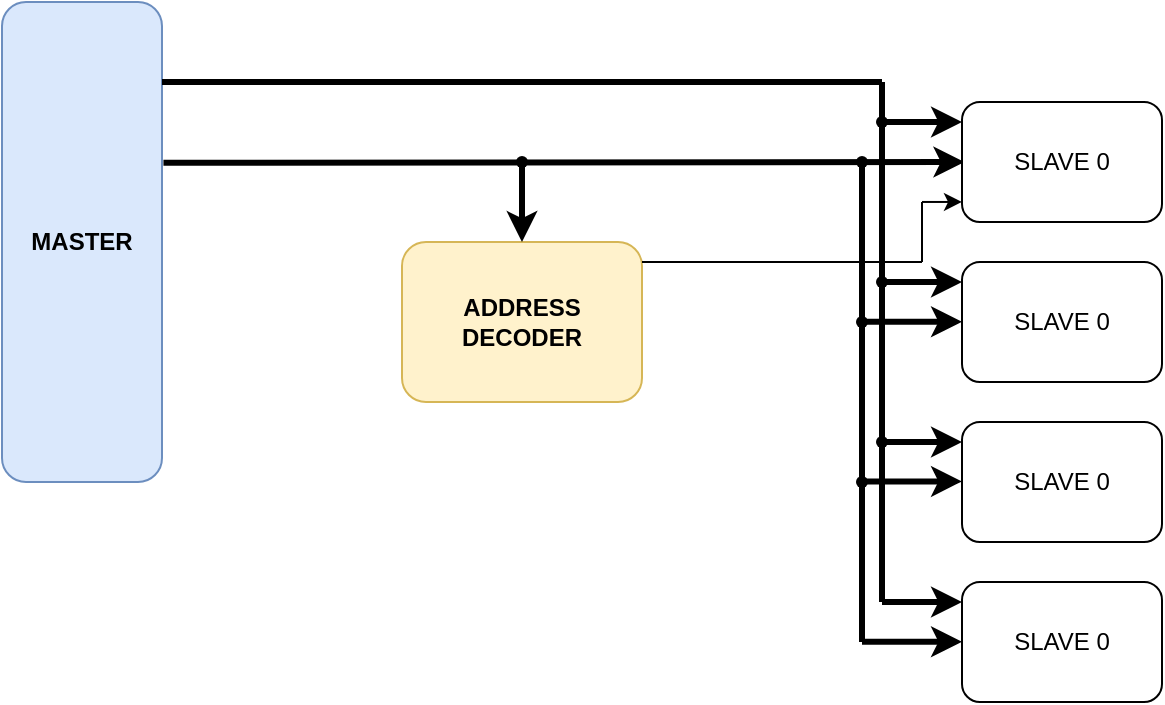
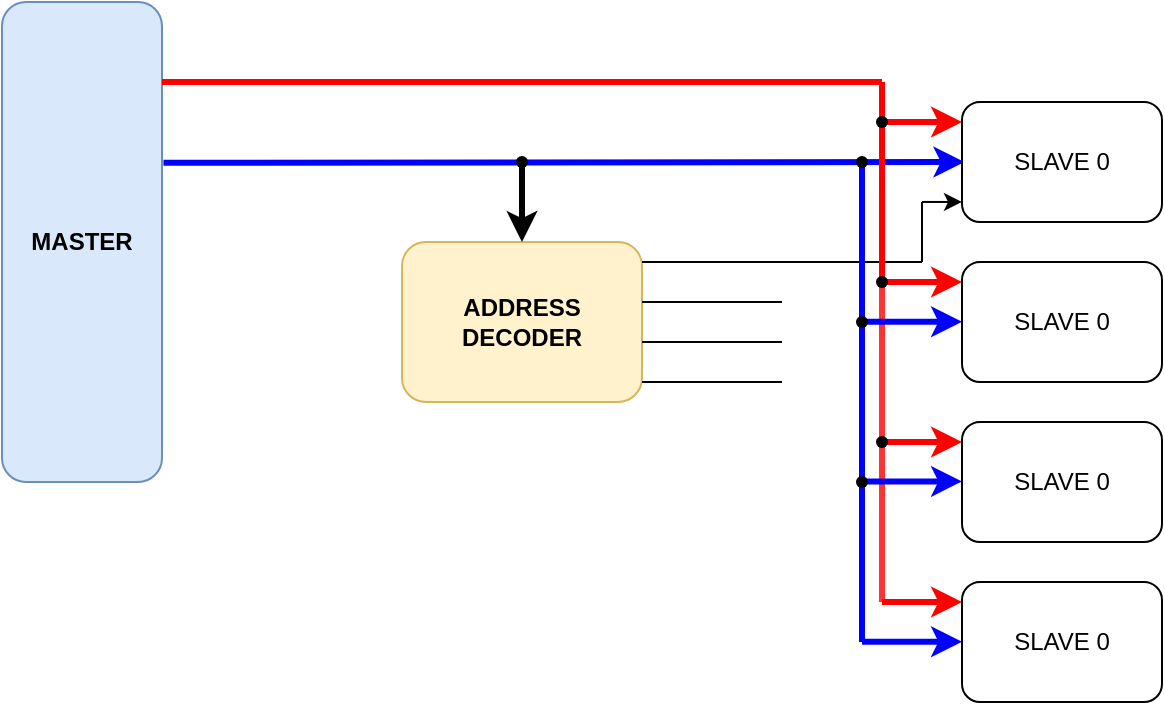
<mxfile host="app.diagrams.net" agent="Mozilla/5.0 (Windows NT 10.0; Win64; x64) AppleWebKit/537.36 (KHTML, like Gecko) Chrome/144.0.0.0 Safari/537.36 Edg/144.0.0.0" pages="4">
  <diagram id="00dOMP4ly3Yvcw6Omt_P" name="AHB Block Diagram">
-     <mxGraphModel dx="306" dy="442" grid="1" gridSize="10" guides="1" tooltips="1" connect="1" arrows="1" fold="1" page="1" pageScale="1" pageWidth="850" pageHeight="1100" math="0" shadow="0">
+     <mxGraphModel dx="212" dy="307" grid="1" gridSize="10" guides="1" tooltips="1" connect="1" arrows="1" fold="1" page="1" pageScale="1" pageWidth="850" pageHeight="1100" math="0" shadow="0">
      <root>
        <mxCell id="0" />
        <mxCell id="1" parent="0" />
        <mxCell id="WVtcaOnAu4kVJNJomXHp-1" parent="1" style="rounded=1;whiteSpace=wrap;html=1;fillColor=#dae8fc;strokeColor=#6c8ebf;" value="&lt;b&gt;MASTER&lt;/b&gt;" vertex="1">
          <mxGeometry height="240" width="80" x="80" y="160" as="geometry" />
        </mxCell>
        <mxCell id="WVtcaOnAu4kVJNJomXHp-3" parent="1" style="rounded=1;whiteSpace=wrap;html=1;fillColor=#fff2cc;strokeColor=#d6b656;" value="&lt;b&gt;ADDRESS DECODER&lt;/b&gt;" vertex="1">
          <mxGeometry height="80" width="120" x="280" y="280" as="geometry" />
        </mxCell>
-         <mxCell id="WVtcaOnAu4kVJNJomXHp-4" edge="1" parent="1" source="WVtcaOnAu4kVJNJomXHp-1" style="endArrow=classic;html=1;rounded=0;exitX=1.009;exitY=0.335;exitDx=0;exitDy=0;exitPerimeter=0;strokeWidth=3;" value="">
+         <mxCell id="WVtcaOnAu4kVJNJomXHp-4" edge="1" parent="1" source="WVtcaOnAu4kVJNJomXHp-1" style="endArrow=classic;html=1;rounded=0;exitX=1.009;exitY=0.335;exitDx=0;exitDy=0;exitPerimeter=0;strokeWidth=3;strokeColor=#0000FF;" value="">
          <mxGeometry height="50" relative="1" width="50" as="geometry">
            <mxPoint x="170" y="240" as="sourcePoint" />
            <mxPoint x="561.2" y="240" as="targetPoint" />
          </mxGeometry>
        </mxCell>
        <mxCell id="WVtcaOnAu4kVJNJomXHp-5" edge="1" parent="1" source="WVtcaOnAu4kVJNJomXHp-6" style="endArrow=classic;html=1;rounded=0;entryX=0.5;entryY=0;entryDx=0;entryDy=0;strokeWidth=3;" target="WVtcaOnAu4kVJNJomXHp-3" value="">
          <mxGeometry height="50" relative="1" width="50" as="geometry">
            <mxPoint x="340" y="240" as="sourcePoint" />
            <mxPoint x="390" y="190" as="targetPoint" />
          </mxGeometry>
        </mxCell>
        <mxCell id="WVtcaOnAu4kVJNJomXHp-6" parent="1" style="shape=waypoint;sketch=0;fillStyle=solid;size=6;pointerEvents=1;points=[];fillColor=none;resizable=0;rotatable=0;perimeter=centerPerimeter;snapToPoint=1;" value="" vertex="1">
          <mxGeometry height="20" width="20" x="330" y="230" as="geometry" />
        </mxCell>
        <mxCell id="WVtcaOnAu4kVJNJomXHp-7" parent="1" style="rounded=1;whiteSpace=wrap;html=1;" value="SLAVE 0" vertex="1">
          <mxGeometry height="60" width="100" x="560" y="210" as="geometry" />
        </mxCell>
        <mxCell id="WVtcaOnAu4kVJNJomXHp-8" parent="1" style="rounded=1;whiteSpace=wrap;html=1;" value="SLAVE 0" vertex="1">
          <mxGeometry height="60" width="100" x="560" y="290" as="geometry" />
        </mxCell>
        <mxCell id="WVtcaOnAu4kVJNJomXHp-9" parent="1" style="rounded=1;whiteSpace=wrap;html=1;" value="SLAVE 0" vertex="1">
          <mxGeometry height="60" width="100" x="560" y="370" as="geometry" />
        </mxCell>
        <mxCell id="WVtcaOnAu4kVJNJomXHp-10" parent="1" style="rounded=1;whiteSpace=wrap;html=1;" value="SLAVE 0" vertex="1">
          <mxGeometry height="60" width="100" x="560" y="450" as="geometry" />
        </mxCell>
        <mxCell id="WVtcaOnAu4kVJNJomXHp-11" edge="1" parent="1" source="WVtcaOnAu4kVJNJomXHp-3" style="endArrow=none;html=1;rounded=0;exitX=1;exitY=0.125;exitDx=0;exitDy=0;exitPerimeter=0;" value="">
          <mxGeometry height="50" relative="1" width="50" as="geometry">
            <mxPoint x="410" y="290" as="sourcePoint" />
            <mxPoint x="540" y="290" as="targetPoint" />
          </mxGeometry>
        </mxCell>
        <mxCell id="WVtcaOnAu4kVJNJomXHp-12" edge="1" parent="1" style="endArrow=none;html=1;rounded=0;" value="">
          <mxGeometry height="50" relative="1" width="50" as="geometry">
            <mxPoint x="540" y="290" as="sourcePoint" />
            <mxPoint x="540" y="260" as="targetPoint" />
          </mxGeometry>
        </mxCell>
        <mxCell id="WVtcaOnAu4kVJNJomXHp-13" edge="1" parent="1" style="endArrow=classic;html=1;rounded=0;entryX=0;entryY=0.833;entryDx=0;entryDy=0;entryPerimeter=0;" target="WVtcaOnAu4kVJNJomXHp-7" value="">
          <mxGeometry height="50" relative="1" width="50" as="geometry">
            <mxPoint x="540" y="259.98" as="sourcePoint" />
            <mxPoint x="540" y="260" as="targetPoint" />
          </mxGeometry>
        </mxCell>
-         <mxCell id="WVtcaOnAu4kVJNJomXHp-18" edge="1" parent="1" style="endArrow=none;html=1;rounded=0;strokeWidth=3;" value="">
+         <mxCell id="WVtcaOnAu4kVJNJomXHp-18" edge="1" parent="1" style="endArrow=none;html=1;rounded=0;strokeWidth=3;strokeColor=#FF0000;" value="">
          <mxGeometry height="50" relative="1" width="50" as="geometry">
            <mxPoint x="160" y="200" as="sourcePoint" />
            <mxPoint x="520" y="200" as="targetPoint" />
          </mxGeometry>
        </mxCell>
-         <mxCell id="WVtcaOnAu4kVJNJomXHp-19" edge="1" parent="1" source="WVtcaOnAu4kVJNJomXHp-25" style="endArrow=none;html=1;rounded=0;strokeWidth=3;" value="">
+         <mxCell id="WVtcaOnAu4kVJNJomXHp-19" edge="1" parent="1" source="WVtcaOnAu4kVJNJomXHp-25" style="endArrow=none;html=1;rounded=0;strokeWidth=3;strokeColor=#FF0000;" value="">
          <mxGeometry height="50" relative="1" width="50" as="geometry">
            <mxPoint x="520" y="380" as="sourcePoint" />
            <mxPoint x="520" y="200" as="targetPoint" />
          </mxGeometry>
        </mxCell>
-         <mxCell id="WVtcaOnAu4kVJNJomXHp-20" edge="1" parent="1" style="endArrow=classic;html=1;rounded=0;entryX=0;entryY=0.167;entryDx=0;entryDy=0;entryPerimeter=0;strokeWidth=3;" target="WVtcaOnAu4kVJNJomXHp-7" value="">
+         <mxCell id="WVtcaOnAu4kVJNJomXHp-20" edge="1" parent="1" style="endArrow=classic;html=1;rounded=0;entryX=0;entryY=0.167;entryDx=0;entryDy=0;entryPerimeter=0;strokeWidth=3;strokeColor=#FF0000;" target="WVtcaOnAu4kVJNJomXHp-7" value="">
          <mxGeometry height="50" relative="1" width="50" as="geometry">
            <mxPoint x="520" y="220" as="sourcePoint" />
            <mxPoint x="570" y="170" as="targetPoint" />
          </mxGeometry>
        </mxCell>
-         <mxCell id="WVtcaOnAu4kVJNJomXHp-22" edge="1" parent="1" style="endArrow=classic;html=1;rounded=0;entryX=0;entryY=0.167;entryDx=0;entryDy=0;entryPerimeter=0;strokeWidth=3;" value="">
+         <mxCell id="WVtcaOnAu4kVJNJomXHp-22" edge="1" parent="1" style="endArrow=classic;html=1;rounded=0;entryX=0;entryY=0.167;entryDx=0;entryDy=0;entryPerimeter=0;strokeWidth=3;strokeColor=#FF0000;" value="">
          <mxGeometry height="50" relative="1" width="50" as="geometry">
            <mxPoint x="520" y="300" as="sourcePoint" />
            <mxPoint x="560" y="300" as="targetPoint" />
          </mxGeometry>
        </mxCell>
        <mxCell id="WVtcaOnAu4kVJNJomXHp-23" parent="1" style="shape=waypoint;sketch=0;fillStyle=solid;size=6;pointerEvents=1;points=[];fillColor=none;resizable=0;rotatable=0;perimeter=centerPerimeter;snapToPoint=1;" value="" vertex="1">
          <mxGeometry height="20" width="20" x="510" y="210" as="geometry" />
        </mxCell>
-         <mxCell id="WVtcaOnAu4kVJNJomXHp-24" edge="1" parent="1" style="endArrow=classic;html=1;rounded=0;entryX=0;entryY=0.167;entryDx=0;entryDy=0;entryPerimeter=0;strokeWidth=3;" value="">
+         <mxCell id="WVtcaOnAu4kVJNJomXHp-24" edge="1" parent="1" style="endArrow=classic;html=1;rounded=0;entryX=0;entryY=0.167;entryDx=0;entryDy=0;entryPerimeter=0;strokeWidth=3;strokeColor=#FF0000;" value="">
          <mxGeometry height="50" relative="1" width="50" as="geometry">
            <mxPoint x="520" y="380" as="sourcePoint" />
            <mxPoint x="560" y="380" as="targetPoint" />
          </mxGeometry>
        </mxCell>
-         <mxCell id="WVtcaOnAu4kVJNJomXHp-26" edge="1" parent="1" style="endArrow=none;html=1;rounded=0;strokeWidth=3;" target="WVtcaOnAu4kVJNJomXHp-25" value="">
+         <mxCell id="WVtcaOnAu4kVJNJomXHp-26" edge="1" parent="1" style="endArrow=none;html=1;rounded=0;strokeWidth=3;strokeColor=#FF3333;" target="WVtcaOnAu4kVJNJomXHp-25" value="">
          <mxGeometry height="50" relative="1" width="50" as="geometry">
            <mxPoint x="520" y="460" as="sourcePoint" />
            <mxPoint x="520" y="200" as="targetPoint" />
          </mxGeometry>
        </mxCell>
        <mxCell id="WVtcaOnAu4kVJNJomXHp-25" parent="1" style="shape=waypoint;sketch=0;fillStyle=solid;size=6;pointerEvents=1;points=[];fillColor=none;resizable=0;rotatable=0;perimeter=centerPerimeter;snapToPoint=1;" value="" vertex="1">
          <mxGeometry height="20" width="20" x="510" y="290" as="geometry" />
        </mxCell>
-         <mxCell id="WVtcaOnAu4kVJNJomXHp-27" edge="1" parent="1" style="endArrow=none;html=1;rounded=0;strokeWidth=3;" target="WVtcaOnAu4kVJNJomXHp-30" value="">
+         <mxCell id="WVtcaOnAu4kVJNJomXHp-27" edge="1" parent="1" style="endArrow=none;html=1;rounded=0;strokeWidth=3;strokeColor=#0000FF;" target="WVtcaOnAu4kVJNJomXHp-30" value="">
          <mxGeometry height="50" relative="1" width="50" as="geometry">
            <mxPoint x="510" y="480" as="sourcePoint" />
            <mxPoint x="510" y="240" as="targetPoint" />
          </mxGeometry>
        </mxCell>
-         <mxCell id="WVtcaOnAu4kVJNJomXHp-28" edge="1" parent="1" style="endArrow=classic;html=1;rounded=0;entryX=0;entryY=0.167;entryDx=0;entryDy=0;entryPerimeter=0;strokeWidth=3;" value="">
+         <mxCell id="WVtcaOnAu4kVJNJomXHp-28" edge="1" parent="1" style="endArrow=classic;html=1;rounded=0;entryX=0;entryY=0.167;entryDx=0;entryDy=0;entryPerimeter=0;strokeWidth=3;strokeColor=#0000FF;" value="">
          <mxGeometry height="50" relative="1" width="50" as="geometry">
            <mxPoint x="510" y="399.72" as="sourcePoint" />
            <mxPoint x="560" y="399.72" as="targetPoint" />
          </mxGeometry>
        </mxCell>
-         <mxCell id="WVtcaOnAu4kVJNJomXHp-29" edge="1" parent="1" style="endArrow=classic;html=1;rounded=0;entryX=0;entryY=0.167;entryDx=0;entryDy=0;entryPerimeter=0;strokeWidth=3;" value="">
+         <mxCell id="WVtcaOnAu4kVJNJomXHp-29" edge="1" parent="1" style="endArrow=classic;html=1;rounded=0;entryX=0;entryY=0.167;entryDx=0;entryDy=0;entryPerimeter=0;strokeWidth=3;strokeColor=#0000FF;" value="">
          <mxGeometry height="50" relative="1" width="50" as="geometry">
            <mxPoint x="510" y="319.86" as="sourcePoint" />
            <mxPoint x="560" y="319.86" as="targetPoint" />
          </mxGeometry>
        </mxCell>
        <mxCell id="WVtcaOnAu4kVJNJomXHp-30" parent="1" style="shape=waypoint;sketch=0;fillStyle=solid;size=6;pointerEvents=1;points=[];fillColor=none;resizable=0;rotatable=0;perimeter=centerPerimeter;snapToPoint=1;" value="" vertex="1">
          <mxGeometry height="20" width="20" x="500.0000000000001" y="230" as="geometry" />
        </mxCell>
        <mxCell id="WVtcaOnAu4kVJNJomXHp-31" parent="1" style="shape=waypoint;sketch=0;fillStyle=solid;size=6;pointerEvents=1;points=[];fillColor=none;resizable=0;rotatable=0;perimeter=centerPerimeter;snapToPoint=1;" value="" vertex="1">
          <mxGeometry height="20" width="20" x="500" y="310" as="geometry" />
        </mxCell>
-         <mxCell id="WVtcaOnAu4kVJNJomXHp-32" edge="1" parent="1" style="endArrow=classic;html=1;rounded=0;entryX=0;entryY=0.167;entryDx=0;entryDy=0;entryPerimeter=0;strokeWidth=3;" value="">
+         <mxCell id="WVtcaOnAu4kVJNJomXHp-32" edge="1" parent="1" style="endArrow=classic;html=1;rounded=0;entryX=0;entryY=0.167;entryDx=0;entryDy=0;entryPerimeter=0;strokeWidth=3;strokeColor=#FF0000;" value="">
          <mxGeometry height="50" relative="1" width="50" as="geometry">
            <mxPoint x="520" y="460" as="sourcePoint" />
            <mxPoint x="560" y="460" as="targetPoint" />
          </mxGeometry>
        </mxCell>
-         <mxCell id="WVtcaOnAu4kVJNJomXHp-33" edge="1" parent="1" style="endArrow=classic;html=1;rounded=0;entryX=0;entryY=0.167;entryDx=0;entryDy=0;entryPerimeter=0;strokeWidth=3;" value="">
+         <mxCell id="WVtcaOnAu4kVJNJomXHp-33" edge="1" parent="1" style="endArrow=classic;html=1;rounded=0;entryX=0;entryY=0.167;entryDx=0;entryDy=0;entryPerimeter=0;strokeWidth=3;strokeColor=#0000FF;" value="">
          <mxGeometry height="50" relative="1" width="50" as="geometry">
            <mxPoint x="510" y="479.88" as="sourcePoint" />
            <mxPoint x="560" y="479.88" as="targetPoint" />
          </mxGeometry>
        </mxCell>
        <mxCell id="WVtcaOnAu4kVJNJomXHp-34" parent="1" style="shape=waypoint;sketch=0;fillStyle=solid;size=6;pointerEvents=1;points=[];fillColor=none;resizable=0;rotatable=0;perimeter=centerPerimeter;snapToPoint=1;" value="" vertex="1">
          <mxGeometry height="20" width="20" x="510" y="370" as="geometry" />
        </mxCell>
        <mxCell id="WVtcaOnAu4kVJNJomXHp-35" parent="1" style="shape=waypoint;sketch=0;fillStyle=solid;size=6;pointerEvents=1;points=[];fillColor=none;resizable=0;rotatable=0;perimeter=centerPerimeter;snapToPoint=1;" value="" vertex="1">
          <mxGeometry height="20" width="20" x="500" y="390" as="geometry" />
+         </mxCell>
+         <mxCell id="WVtcaOnAu4kVJNJomXHp-38" edge="1" parent="1" style="endArrow=none;html=1;rounded=0;" value="">
+           <mxGeometry height="50" relative="1" width="50" as="geometry">
+             <mxPoint x="400" y="310" as="sourcePoint" />
+             <mxPoint x="470" y="310" as="targetPoint" />
+           </mxGeometry>
+         </mxCell>
+         <mxCell id="WVtcaOnAu4kVJNJomXHp-39" edge="1" parent="1" style="endArrow=none;html=1;rounded=0;" value="">
+           <mxGeometry height="50" relative="1" width="50" as="geometry">
+             <mxPoint x="400" y="330" as="sourcePoint" />
+             <mxPoint x="470" y="330" as="targetPoint" />
+           </mxGeometry>
+         </mxCell>
+         <mxCell id="WVtcaOnAu4kVJNJomXHp-40" edge="1" parent="1" style="endArrow=none;html=1;rounded=0;" value="">
+           <mxGeometry height="50" relative="1" width="50" as="geometry">
+             <mxPoint x="400" y="350" as="sourcePoint" />
+             <mxPoint x="470" y="350" as="targetPoint" />
+           </mxGeometry>
        </mxCell>
      </root>
    </mxGraphModel>
  </diagram>
  <diagram name="AHB Interface" id="AxdGKtdG9Rmgfqjtrl1U">
    <mxGraphModel dx="2046" dy="1106" grid="1" gridSize="10" guides="1" tooltips="1" connect="1" arrows="1" fold="1" page="1" pageScale="1" pageWidth="850" pageHeight="1100" math="0" shadow="0">
      <root>
        <mxCell id="0" />
        <mxCell id="1" parent="0" />
        <mxCell id="BZ9neWvH9tw47nREzwFn-1" parent="1" style="rounded=0;whiteSpace=wrap;html=1;" value="&lt;font style=&quot;font-size: 16px;&quot;&gt;&lt;b&gt;Manager&lt;/b&gt;&lt;/font&gt;" vertex="1">
          <mxGeometry height="200" width="120" x="400" y="80" as="geometry" />
        </mxCell>
        <mxCell id="BZ9neWvH9tw47nREzwFn-2" edge="1" parent="1" style="endArrow=classic;html=1;rounded=0;" value="">
          <mxGeometry height="50" relative="1" width="50" as="geometry">
            <mxPoint x="360" y="100" as="sourcePoint" />
            <mxPoint x="400" y="100" as="targetPoint" />
          </mxGeometry>
        </mxCell>
        <mxCell id="BZ9neWvH9tw47nREzwFn-3" edge="1" parent="1" style="endArrow=classic;html=1;rounded=0;" value="">
          <mxGeometry height="50" relative="1" width="50" as="geometry">
            <mxPoint x="360" y="120" as="sourcePoint" />
            <mxPoint x="400" y="120" as="targetPoint" />
          </mxGeometry>
        </mxCell>
        <mxCell id="BZ9neWvH9tw47nREzwFn-4" parent="1" style="text;html=1;whiteSpace=wrap;strokeColor=none;fillColor=none;align=center;verticalAlign=middle;rounded=0;fontStyle=1" value="HCLK" vertex="1">
          <mxGeometry height="20" width="40" x="320" y="90" as="geometry" />
        </mxCell>
        <mxCell id="BZ9neWvH9tw47nREzwFn-5" parent="1" style="text;html=1;whiteSpace=wrap;strokeColor=none;fillColor=none;align=center;verticalAlign=middle;rounded=0;fontStyle=1" value="HRESETn" vertex="1">
          <mxGeometry height="20" width="60" x="300" y="110" as="geometry" />
        </mxCell>
        <mxCell id="BZ9neWvH9tw47nREzwFn-6" parent="1" style="text;html=1;whiteSpace=wrap;strokeColor=none;fillColor=none;align=center;verticalAlign=middle;rounded=0;fontStyle=1" value="HREADY" vertex="1">
          <mxGeometry height="20" width="60" x="300" y="150" as="geometry" />
        </mxCell>
        <mxCell id="BZ9neWvH9tw47nREzwFn-7" edge="1" parent="1" style="endArrow=classic;html=1;rounded=0;" value="">
          <mxGeometry height="50" relative="1" width="50" as="geometry">
            <mxPoint x="360" y="160" as="sourcePoint" />
            <mxPoint x="400" y="160" as="targetPoint" />
          </mxGeometry>
        </mxCell>
        <mxCell id="BZ9neWvH9tw47nREzwFn-8" edge="1" parent="1" style="endArrow=classic;html=1;rounded=0;" value="">
          <mxGeometry height="50" relative="1" width="50" as="geometry">
            <mxPoint x="360" y="180" as="sourcePoint" />
            <mxPoint x="400" y="180" as="targetPoint" />
          </mxGeometry>
        </mxCell>
        <mxCell id="BZ9neWvH9tw47nREzwFn-9" parent="1" style="text;html=1;whiteSpace=wrap;strokeColor=none;fillColor=none;align=center;verticalAlign=middle;rounded=0;fontStyle=1" value="HSELx" vertex="1">
          <mxGeometry height="20" width="60" x="310" y="430" as="geometry" />
        </mxCell>
        <mxCell id="BZ9neWvH9tw47nREzwFn-10" edge="1" parent="1" style="endArrow=classic;html=1;rounded=0;" value="">
          <mxGeometry height="50" relative="1" width="50" as="geometry">
            <mxPoint x="360" y="260" as="sourcePoint" />
            <mxPoint x="400" y="260" as="targetPoint" />
          </mxGeometry>
        </mxCell>
        <mxCell id="BZ9neWvH9tw47nREzwFn-11" parent="1" style="text;html=1;whiteSpace=wrap;strokeColor=none;fillColor=none;align=center;verticalAlign=middle;rounded=0;fontStyle=1" value="HRDATA[31:0]" vertex="1">
          <mxGeometry height="20" width="90" x="270" y="250" as="geometry" />
        </mxCell>
        <mxCell id="BZ9neWvH9tw47nREzwFn-12" edge="1" parent="1" style="endArrow=classic;html=1;rounded=0;" value="">
          <mxGeometry height="50" relative="1" width="50" as="geometry">
            <mxPoint x="520" y="99.83" as="sourcePoint" />
            <mxPoint x="560" y="99.83" as="targetPoint" />
          </mxGeometry>
        </mxCell>
        <mxCell id="BZ9neWvH9tw47nREzwFn-13" edge="1" parent="1" style="endArrow=classic;html=1;rounded=0;" value="">
          <mxGeometry height="50" relative="1" width="50" as="geometry">
            <mxPoint x="520" y="119.83" as="sourcePoint" />
            <mxPoint x="560" y="119.83" as="targetPoint" />
          </mxGeometry>
        </mxCell>
        <mxCell id="BZ9neWvH9tw47nREzwFn-14" edge="1" parent="1" style="endArrow=classic;html=1;rounded=0;" value="">
          <mxGeometry height="50" relative="1" width="50" as="geometry">
            <mxPoint x="520" y="159.83" as="sourcePoint" />
            <mxPoint x="560" y="159.83" as="targetPoint" />
          </mxGeometry>
        </mxCell>
        <mxCell id="BZ9neWvH9tw47nREzwFn-15" edge="1" parent="1" style="endArrow=classic;html=1;rounded=0;" value="">
          <mxGeometry height="50" relative="1" width="50" as="geometry">
            <mxPoint x="520" y="140" as="sourcePoint" />
            <mxPoint x="560" y="140" as="targetPoint" />
          </mxGeometry>
        </mxCell>
        <mxCell id="BZ9neWvH9tw47nREzwFn-16" edge="1" parent="1" style="endArrow=classic;html=1;rounded=0;" value="">
          <mxGeometry height="50" relative="1" width="50" as="geometry">
            <mxPoint x="520" y="179.83" as="sourcePoint" />
            <mxPoint x="560" y="179.83" as="targetPoint" />
          </mxGeometry>
        </mxCell>
        <mxCell id="BZ9neWvH9tw47nREzwFn-17" edge="1" parent="1" style="endArrow=classic;html=1;rounded=0;" value="">
          <mxGeometry height="50" relative="1" width="50" as="geometry">
            <mxPoint x="520" y="200" as="sourcePoint" />
            <mxPoint x="560" y="200" as="targetPoint" />
          </mxGeometry>
        </mxCell>
        <mxCell id="BZ9neWvH9tw47nREzwFn-18" parent="1" style="text;html=1;whiteSpace=wrap;strokeColor=none;fillColor=none;align=center;verticalAlign=middle;rounded=0;fontStyle=1" value="HADDR[31:0]" vertex="1">
          <mxGeometry height="20" width="80" x="560" y="90" as="geometry" />
        </mxCell>
        <mxCell id="BZ9neWvH9tw47nREzwFn-19" parent="1" style="text;html=1;whiteSpace=wrap;strokeColor=none;fillColor=none;align=center;verticalAlign=middle;rounded=0;fontStyle=1" value="HWRITE" vertex="1">
          <mxGeometry height="20" width="60" x="560" y="110" as="geometry" />
        </mxCell>
        <mxCell id="BZ9neWvH9tw47nREzwFn-20" parent="1" style="text;html=1;whiteSpace=wrap;strokeColor=none;fillColor=none;align=center;verticalAlign=middle;rounded=0;fontStyle=1" value="HSIZE[2:0]" vertex="1">
          <mxGeometry height="20" width="70" x="560" y="130" as="geometry" />
        </mxCell>
        <mxCell id="BZ9neWvH9tw47nREzwFn-21" parent="1" style="text;html=1;whiteSpace=wrap;strokeColor=none;fillColor=none;align=center;verticalAlign=middle;rounded=0;fontStyle=1" value="HBURST[2:0]" vertex="1">
          <mxGeometry height="20" width="80" x="560" y="150" as="geometry" />
        </mxCell>
        <mxCell id="BZ9neWvH9tw47nREzwFn-22" parent="1" style="text;html=1;whiteSpace=wrap;strokeColor=none;fillColor=none;align=center;verticalAlign=middle;rounded=0;fontStyle=1" value="HPROT[3:0]" vertex="1">
          <mxGeometry height="20" width="80" x="560" y="170" as="geometry" />
        </mxCell>
        <mxCell id="BZ9neWvH9tw47nREzwFn-23" parent="1" style="text;html=1;whiteSpace=wrap;strokeColor=none;fillColor=none;align=center;verticalAlign=middle;rounded=0;fontStyle=1" value="HTRANS[1:0]" vertex="1">
          <mxGeometry height="20" width="80" x="560" y="190" as="geometry" />
        </mxCell>
        <mxCell id="BZ9neWvH9tw47nREzwFn-24" edge="1" parent="1" style="endArrow=classic;html=1;rounded=0;" value="">
          <mxGeometry height="50" relative="1" width="50" as="geometry">
            <mxPoint x="520" y="220" as="sourcePoint" />
            <mxPoint x="560" y="220" as="targetPoint" />
          </mxGeometry>
        </mxCell>
        <mxCell id="BZ9neWvH9tw47nREzwFn-25" parent="1" style="text;html=1;whiteSpace=wrap;strokeColor=none;fillColor=none;align=center;verticalAlign=middle;rounded=0;fontStyle=1" value="HMASTLOCK" vertex="1">
          <mxGeometry height="20" width="80" x="560" y="210" as="geometry" />
        </mxCell>
        <mxCell id="BZ9neWvH9tw47nREzwFn-26" edge="1" parent="1" style="endArrow=classic;html=1;rounded=0;" value="">
          <mxGeometry height="50" relative="1" width="50" as="geometry">
            <mxPoint x="520" y="259.8" as="sourcePoint" />
            <mxPoint x="560" y="259.8" as="targetPoint" />
          </mxGeometry>
        </mxCell>
        <mxCell id="BZ9neWvH9tw47nREzwFn-30" parent="1" style="text;html=1;whiteSpace=wrap;strokeColor=none;fillColor=none;align=center;verticalAlign=middle;rounded=0;fontStyle=1" value="HWDATA[31:0]" vertex="1">
          <mxGeometry height="20" width="95" x="555" y="250" as="geometry" />
        </mxCell>
        <mxCell id="BZ9neWvH9tw47nREzwFn-31" parent="1" style="rounded=0;whiteSpace=wrap;html=1;" value="&lt;font style=&quot;font-size: 16px;&quot;&gt;&lt;b&gt;Slave&lt;/b&gt;&lt;/font&gt;" vertex="1">
          <mxGeometry height="320" width="120" x="400" y="360" as="geometry" />
        </mxCell>
        <mxCell id="BZ9neWvH9tw47nREzwFn-32" edge="1" parent="1" style="endArrow=classic;html=1;rounded=0;" value="">
          <mxGeometry height="50" relative="1" width="50" as="geometry">
            <mxPoint x="360" y="489.83" as="sourcePoint" />
            <mxPoint x="400" y="489.83" as="targetPoint" />
          </mxGeometry>
        </mxCell>
        <mxCell id="BZ9neWvH9tw47nREzwFn-33" edge="1" parent="1" style="endArrow=classic;html=1;rounded=0;" value="">
          <mxGeometry height="50" relative="1" width="50" as="geometry">
            <mxPoint x="360" y="509.83" as="sourcePoint" />
            <mxPoint x="400" y="509.83" as="targetPoint" />
          </mxGeometry>
        </mxCell>
        <mxCell id="BZ9neWvH9tw47nREzwFn-34" edge="1" parent="1" style="endArrow=classic;html=1;rounded=0;" value="">
          <mxGeometry height="50" relative="1" width="50" as="geometry">
            <mxPoint x="360" y="549.83" as="sourcePoint" />
            <mxPoint x="400" y="549.83" as="targetPoint" />
          </mxGeometry>
        </mxCell>
        <mxCell id="BZ9neWvH9tw47nREzwFn-35" edge="1" parent="1" style="endArrow=classic;html=1;rounded=0;" value="">
          <mxGeometry height="50" relative="1" width="50" as="geometry">
            <mxPoint x="360" y="530" as="sourcePoint" />
            <mxPoint x="400" y="530" as="targetPoint" />
          </mxGeometry>
        </mxCell>
        <mxCell id="BZ9neWvH9tw47nREzwFn-36" edge="1" parent="1" style="endArrow=classic;html=1;rounded=0;" value="">
          <mxGeometry height="50" relative="1" width="50" as="geometry">
            <mxPoint x="360" y="569.83" as="sourcePoint" />
            <mxPoint x="400" y="569.83" as="targetPoint" />
          </mxGeometry>
        </mxCell>
        <mxCell id="BZ9neWvH9tw47nREzwFn-37" edge="1" parent="1" style="endArrow=classic;html=1;rounded=0;" value="">
          <mxGeometry height="50" relative="1" width="50" as="geometry">
            <mxPoint x="360" y="590" as="sourcePoint" />
            <mxPoint x="400" y="590" as="targetPoint" />
          </mxGeometry>
        </mxCell>
        <mxCell id="BZ9neWvH9tw47nREzwFn-38" parent="1" style="text;html=1;whiteSpace=wrap;strokeColor=none;fillColor=none;align=center;verticalAlign=middle;rounded=0;fontStyle=1" value="HADDR[31:0]" vertex="1">
          <mxGeometry height="20" width="80" x="275" y="480" as="geometry" />
        </mxCell>
        <mxCell id="BZ9neWvH9tw47nREzwFn-39" parent="1" style="text;html=1;whiteSpace=wrap;strokeColor=none;fillColor=none;align=center;verticalAlign=middle;rounded=0;fontStyle=1" value="HWRITE" vertex="1">
          <mxGeometry height="20" width="60" x="275" y="500" as="geometry" />
        </mxCell>
        <mxCell id="BZ9neWvH9tw47nREzwFn-40" parent="1" style="text;html=1;whiteSpace=wrap;strokeColor=none;fillColor=none;align=center;verticalAlign=middle;rounded=0;fontStyle=1" value="HSIZE[2:0]" vertex="1">
          <mxGeometry height="20" width="70" x="275" y="520" as="geometry" />
        </mxCell>
        <mxCell id="BZ9neWvH9tw47nREzwFn-41" parent="1" style="text;html=1;whiteSpace=wrap;strokeColor=none;fillColor=none;align=center;verticalAlign=middle;rounded=0;fontStyle=1" value="HBURST[2:0]" vertex="1">
          <mxGeometry height="20" width="80" x="275" y="540" as="geometry" />
        </mxCell>
        <mxCell id="BZ9neWvH9tw47nREzwFn-42" parent="1" style="text;html=1;whiteSpace=wrap;strokeColor=none;fillColor=none;align=center;verticalAlign=middle;rounded=0;fontStyle=1" value="HPROT[3:0]" vertex="1">
          <mxGeometry height="20" width="80" x="275" y="560" as="geometry" />
        </mxCell>
        <mxCell id="BZ9neWvH9tw47nREzwFn-43" parent="1" style="text;html=1;whiteSpace=wrap;strokeColor=none;fillColor=none;align=center;verticalAlign=middle;rounded=0;fontStyle=1" value="HTRANS[1:0]" vertex="1">
          <mxGeometry height="20" width="80" x="275" y="580" as="geometry" />
        </mxCell>
        <mxCell id="BZ9neWvH9tw47nREzwFn-44" edge="1" parent="1" style="endArrow=classic;html=1;rounded=0;" value="">
          <mxGeometry height="50" relative="1" width="50" as="geometry">
            <mxPoint x="360" y="610" as="sourcePoint" />
            <mxPoint x="400" y="610" as="targetPoint" />
          </mxGeometry>
        </mxCell>
        <mxCell id="BZ9neWvH9tw47nREzwFn-45" parent="1" style="text;html=1;whiteSpace=wrap;strokeColor=none;fillColor=none;align=center;verticalAlign=middle;rounded=0;fontStyle=1" value="HMASTLOCK" vertex="1">
          <mxGeometry height="20" width="80" x="275" y="600" as="geometry" />
        </mxCell>
        <mxCell id="BZ9neWvH9tw47nREzwFn-46" edge="1" parent="1" style="endArrow=classic;html=1;rounded=0;" value="">
          <mxGeometry height="50" relative="1" width="50" as="geometry">
            <mxPoint x="360" y="649.8" as="sourcePoint" />
            <mxPoint x="400" y="649.8" as="targetPoint" />
          </mxGeometry>
        </mxCell>
        <mxCell id="BZ9neWvH9tw47nREzwFn-47" parent="1" style="text;html=1;whiteSpace=wrap;strokeColor=none;fillColor=none;align=center;verticalAlign=middle;rounded=0;fontStyle=1" value="HWDATA[31:0]" vertex="1">
          <mxGeometry height="20" width="95" x="270" y="640" as="geometry" />
        </mxCell>
        <mxCell id="BZ9neWvH9tw47nREzwFn-49" edge="1" parent="1" style="endArrow=classic;html=1;rounded=0;" value="">
          <mxGeometry height="50" relative="1" width="50" as="geometry">
            <mxPoint x="360" y="380" as="sourcePoint" />
            <mxPoint x="400" y="380" as="targetPoint" />
          </mxGeometry>
        </mxCell>
        <mxCell id="BZ9neWvH9tw47nREzwFn-50" edge="1" parent="1" style="endArrow=classic;html=1;rounded=0;" value="">
          <mxGeometry height="50" relative="1" width="50" as="geometry">
            <mxPoint x="360" y="400" as="sourcePoint" />
            <mxPoint x="400" y="400" as="targetPoint" />
          </mxGeometry>
        </mxCell>
        <mxCell id="BZ9neWvH9tw47nREzwFn-51" edge="1" parent="1" style="endArrow=classic;html=1;rounded=0;" value="">
          <mxGeometry height="50" relative="1" width="50" as="geometry">
            <mxPoint x="360" y="440" as="sourcePoint" />
            <mxPoint x="400" y="440" as="targetPoint" />
          </mxGeometry>
        </mxCell>
        <mxCell id="BZ9neWvH9tw47nREzwFn-52" parent="1" style="text;html=1;whiteSpace=wrap;strokeColor=none;fillColor=none;align=center;verticalAlign=middle;rounded=0;fontStyle=1" value="HCLK" vertex="1">
          <mxGeometry height="20" width="40" x="320" y="370" as="geometry" />
        </mxCell>
        <mxCell id="BZ9neWvH9tw47nREzwFn-53" parent="1" style="text;html=1;whiteSpace=wrap;strokeColor=none;fillColor=none;align=center;verticalAlign=middle;rounded=0;fontStyle=1" value="HRESETn" vertex="1">
          <mxGeometry height="20" width="60" x="300" y="390" as="geometry" />
        </mxCell>
        <mxCell id="BZ9neWvH9tw47nREzwFn-54" parent="1" style="shape=curlyBracket;whiteSpace=wrap;html=1;rounded=1;labelPosition=left;verticalLabelPosition=middle;align=right;verticalAlign=middle;" value="" vertex="1">
          <mxGeometry height="35" width="20" x="230" y="90" as="geometry" />
        </mxCell>
        <mxCell id="BZ9neWvH9tw47nREzwFn-55" parent="1" style="text;html=1;whiteSpace=wrap;strokeColor=none;fillColor=none;align=center;verticalAlign=middle;rounded=0;fontStyle=1" value="HRESP" vertex="1">
          <mxGeometry height="20" width="60" x="300" y="170" as="geometry" />
        </mxCell>
        <mxCell id="BZ9neWvH9tw47nREzwFn-56" parent="1" style="shape=curlyBracket;whiteSpace=wrap;html=1;rounded=1;labelPosition=left;verticalLabelPosition=middle;align=right;verticalAlign=middle;" value="" vertex="1">
          <mxGeometry height="140" width="20" x="230" y="480" as="geometry" />
        </mxCell>
        <mxCell id="BZ9neWvH9tw47nREzwFn-57" parent="1" style="shape=curlyBracket;whiteSpace=wrap;html=1;rounded=1;labelPosition=left;verticalLabelPosition=middle;align=right;verticalAlign=middle;rotation=-180;" value="" vertex="1">
          <mxGeometry height="135" width="20" x="650" y="90" as="geometry" />
        </mxCell>
        <mxCell id="BZ9neWvH9tw47nREzwFn-58" parent="1" style="text;html=1;whiteSpace=wrap;strokeColor=none;fillColor=none;align=center;verticalAlign=middle;rounded=0;fontStyle=1" value="&lt;span style=&quot;font-weight: normal;&quot;&gt;Global signals&lt;/span&gt;" vertex="1">
          <mxGeometry height="20" width="90" x="140" y="97.5" as="geometry" />
        </mxCell>
        <mxCell id="BZ9neWvH9tw47nREzwFn-59" parent="1" style="text;html=1;whiteSpace=wrap;strokeColor=none;fillColor=none;align=center;verticalAlign=middle;rounded=0;fontStyle=1" value="&lt;span style=&quot;font-weight: normal;&quot;&gt;Transfer response&lt;/span&gt;" vertex="1">
          <mxGeometry height="20" width="60" x="170" y="157.5" as="geometry" />
        </mxCell>
        <mxCell id="BZ9neWvH9tw47nREzwFn-60" parent="1" style="text;html=1;whiteSpace=wrap;strokeColor=none;fillColor=none;align=center;verticalAlign=middle;rounded=0;fontStyle=1" value="&lt;span style=&quot;font-weight: normal;&quot;&gt;Data&lt;/span&gt;" vertex="1">
          <mxGeometry height="20" width="60" x="170" y="250" as="geometry" />
        </mxCell>
        <mxCell id="BZ9neWvH9tw47nREzwFn-61" parent="1" style="text;html=1;whiteSpace=wrap;strokeColor=none;fillColor=none;align=center;verticalAlign=middle;rounded=0;fontStyle=1" value="&lt;span style=&quot;font-weight: normal;&quot;&gt;Address and control signals&lt;/span&gt;" vertex="1">
          <mxGeometry height="37.5" width="90" x="670" y="140" as="geometry" />
        </mxCell>
        <mxCell id="BZ9neWvH9tw47nREzwFn-62" parent="1" style="shape=curlyBracket;whiteSpace=wrap;html=1;rounded=1;labelPosition=left;verticalLabelPosition=middle;align=right;verticalAlign=middle;" value="" vertex="1">
          <mxGeometry height="35" width="20" x="230" y="150" as="geometry" />
        </mxCell>
        <mxCell id="BZ9neWvH9tw47nREzwFn-63" parent="1" style="text;html=1;whiteSpace=wrap;strokeColor=none;fillColor=none;align=center;verticalAlign=middle;rounded=0;fontStyle=1" value="&lt;span style=&quot;font-weight: normal;&quot;&gt;Address and control signals&lt;/span&gt;" vertex="1">
          <mxGeometry height="37.5" width="90" x="140" y="531" as="geometry" />
        </mxCell>
        <mxCell id="BZ9neWvH9tw47nREzwFn-64" parent="1" style="shape=curlyBracket;whiteSpace=wrap;html=1;rounded=1;labelPosition=left;verticalLabelPosition=middle;align=right;verticalAlign=middle;" value="" vertex="1">
          <mxGeometry height="35" width="20" x="230" y="375" as="geometry" />
        </mxCell>
        <mxCell id="BZ9neWvH9tw47nREzwFn-65" parent="1" style="text;html=1;whiteSpace=wrap;strokeColor=none;fillColor=none;align=center;verticalAlign=middle;rounded=0;fontStyle=1" value="&lt;span style=&quot;font-weight: normal;&quot;&gt;Global signals&lt;/span&gt;" vertex="1">
          <mxGeometry height="20" width="90" x="140" y="382.5" as="geometry" />
        </mxCell>
        <mxCell id="BZ9neWvH9tw47nREzwFn-66" parent="1" style="text;html=1;whiteSpace=wrap;strokeColor=none;fillColor=none;align=center;verticalAlign=middle;rounded=0;fontStyle=1" value="&lt;span style=&quot;font-weight: normal;&quot;&gt;Data&lt;/span&gt;" vertex="1">
          <mxGeometry height="20" width="60" x="670" y="250" as="geometry" />
        </mxCell>
        <mxCell id="BZ9neWvH9tw47nREzwFn-67" edge="1" parent="1" style="endArrow=classic;html=1;rounded=0;" value="">
          <mxGeometry height="50" relative="1" width="50" as="geometry">
            <mxPoint x="520" y="490" as="sourcePoint" />
            <mxPoint x="560" y="490" as="targetPoint" />
          </mxGeometry>
        </mxCell>
        <mxCell id="BZ9neWvH9tw47nREzwFn-68" edge="1" parent="1" style="endArrow=classic;html=1;rounded=0;" value="">
          <mxGeometry height="50" relative="1" width="50" as="geometry">
            <mxPoint x="520" y="510" as="sourcePoint" />
            <mxPoint x="560" y="510" as="targetPoint" />
          </mxGeometry>
        </mxCell>
        <mxCell id="BZ9neWvH9tw47nREzwFn-69" parent="1" style="text;html=1;whiteSpace=wrap;strokeColor=none;fillColor=none;align=center;verticalAlign=middle;rounded=0;fontStyle=1" value="HREADY" vertex="1">
          <mxGeometry height="20" width="60" x="560" y="480" as="geometry" />
        </mxCell>
        <mxCell id="BZ9neWvH9tw47nREzwFn-70" parent="1" style="text;html=1;whiteSpace=wrap;strokeColor=none;fillColor=none;align=center;verticalAlign=middle;rounded=0;fontStyle=1" value="HRESP" vertex="1">
          <mxGeometry height="20" width="60" x="560" y="500" as="geometry" />
        </mxCell>
        <mxCell id="BZ9neWvH9tw47nREzwFn-71" edge="1" parent="1" style="endArrow=classic;html=1;rounded=0;" value="">
          <mxGeometry height="50" relative="1" width="50" as="geometry">
            <mxPoint x="520" y="649.6600000000001" as="sourcePoint" />
            <mxPoint x="560" y="649.6600000000001" as="targetPoint" />
          </mxGeometry>
        </mxCell>
        <mxCell id="BZ9neWvH9tw47nREzwFn-72" parent="1" style="text;html=1;whiteSpace=wrap;strokeColor=none;fillColor=none;align=center;verticalAlign=middle;rounded=0;fontStyle=1" value="HRDATA[31:0]" vertex="1">
          <mxGeometry height="20" width="90" x="560" y="640" as="geometry" />
        </mxCell>
        <mxCell id="BZ9neWvH9tw47nREzwFn-73" parent="1" style="text;html=1;whiteSpace=wrap;strokeColor=none;fillColor=none;align=center;verticalAlign=middle;rounded=0;fontStyle=1" value="&lt;span style=&quot;font-weight: normal;&quot;&gt;Data&lt;/span&gt;" vertex="1">
          <mxGeometry height="20" width="60" x="155" y="640" as="geometry" />
        </mxCell>
        <mxCell id="BZ9neWvH9tw47nREzwFn-74" parent="1" style="text;html=1;whiteSpace=wrap;strokeColor=none;fillColor=none;align=center;verticalAlign=middle;rounded=0;fontStyle=1" value="&lt;span style=&quot;font-weight: normal;&quot;&gt;Data&lt;/span&gt;" vertex="1">
          <mxGeometry height="20" width="50" x="675" y="640" as="geometry" />
        </mxCell>
        <mxCell id="BZ9neWvH9tw47nREzwFn-75" parent="1" style="text;html=1;whiteSpace=wrap;strokeColor=none;fillColor=none;align=center;verticalAlign=middle;rounded=0;fontStyle=1" value="&lt;span style=&quot;font-weight: normal;&quot;&gt;Transfer response&lt;/span&gt;" vertex="1">
          <mxGeometry height="20" width="60" x="670" y="487.5" as="geometry" />
        </mxCell>
        <mxCell id="BZ9neWvH9tw47nREzwFn-76" parent="1" style="shape=curlyBracket;whiteSpace=wrap;html=1;rounded=1;labelPosition=left;verticalLabelPosition=middle;align=right;verticalAlign=middle;rotation=-180;" value="" vertex="1">
          <mxGeometry height="35" width="20" x="640" y="480" as="geometry" />
        </mxCell>
        <mxCell id="BZ9neWvH9tw47nREzwFn-77" parent="1" style="text;html=1;whiteSpace=wrap;strokeColor=none;fillColor=none;align=center;verticalAlign=middle;rounded=0;fontStyle=1" value="&lt;span style=&quot;font-weight: normal;&quot;&gt;Select signal&lt;/span&gt;" vertex="1">
          <mxGeometry height="20" width="90" x="140" y="430" as="geometry" />
        </mxCell>
      </root>
    </mxGraphModel>
  </diagram>
  <diagram id="Hd4ECfvz_bm4RMetZK8C" name="Master Interface">
    <mxGraphModel dx="764" dy="1105" grid="1" gridSize="10" guides="1" tooltips="1" connect="1" arrows="1" fold="1" page="1" pageScale="1" pageWidth="850" pageHeight="1100" math="0" shadow="0">
      <root>
        <mxCell id="0" />
        <mxCell id="1" parent="0" />
      </root>
    </mxGraphModel>
  </diagram>
  <diagram id="AYzUWjTrgIps4r00h7mQ" name="Master FSM">
    <mxGraphModel dx="437" dy="631" grid="1" gridSize="10" guides="1" tooltips="1" connect="1" arrows="1" fold="1" page="1" pageScale="1" pageWidth="850" pageHeight="1100" math="0" shadow="0">
      <root>
        <mxCell id="0" />
        <mxCell id="1" parent="0" />
        <mxCell id="gUlQ52oibdo8bB1fHUDe-6" edge="1" parent="1" source="gUlQ52oibdo8bB1fHUDe-1" style="edgeStyle=orthogonalEdgeStyle;rounded=0;orthogonalLoop=1;jettySize=auto;html=1;exitX=1;exitY=0.5;exitDx=0;exitDy=0;entryX=0;entryY=0.5;entryDx=0;entryDy=0;" target="gUlQ52oibdo8bB1fHUDe-2">
          <mxGeometry relative="1" as="geometry" />
        </mxCell>
        <mxCell id="gUlQ52oibdo8bB1fHUDe-8" edge="1" parent="1" source="gUlQ52oibdo8bB1fHUDe-1" style="edgeStyle=orthogonalEdgeStyle;rounded=0;orthogonalLoop=1;jettySize=auto;html=1;entryX=0.5;entryY=0;entryDx=0;entryDy=0;" target="gUlQ52oibdo8bB1fHUDe-5">
          <mxGeometry relative="1" as="geometry" />
        </mxCell>
        <mxCell id="gUlQ52oibdo8bB1fHUDe-1" parent="1" style="ellipse;whiteSpace=wrap;html=1;" value="IDLE" vertex="1">
          <mxGeometry height="80" width="120" x="200" y="200" as="geometry" />
        </mxCell>
        <mxCell id="gUlQ52oibdo8bB1fHUDe-7" edge="1" parent="1" source="gUlQ52oibdo8bB1fHUDe-2" style="edgeStyle=orthogonalEdgeStyle;rounded=0;orthogonalLoop=1;jettySize=auto;html=1;entryX=0.5;entryY=0;entryDx=0;entryDy=0;" target="gUlQ52oibdo8bB1fHUDe-3">
          <mxGeometry relative="1" as="geometry" />
        </mxCell>
        <mxCell id="gUlQ52oibdo8bB1fHUDe-2" parent="1" style="ellipse;whiteSpace=wrap;html=1;" value="WR_ADDR_PHASE" vertex="1">
          <mxGeometry height="80" width="120" x="440" y="200" as="geometry" />
        </mxCell>
        <mxCell id="gUlQ52oibdo8bB1fHUDe-10" edge="1" parent="1" source="gUlQ52oibdo8bB1fHUDe-3" style="edgeStyle=orthogonalEdgeStyle;rounded=0;orthogonalLoop=1;jettySize=auto;html=1;entryX=0.5;entryY=0;entryDx=0;entryDy=0;" target="gUlQ52oibdo8bB1fHUDe-9">
          <mxGeometry relative="1" as="geometry" />
        </mxCell>
        <mxCell id="8WBKzOnGMAMBHIHuB8Qa-4" edge="1" parent="1" source="gUlQ52oibdo8bB1fHUDe-3" style="edgeStyle=orthogonalEdgeStyle;rounded=0;orthogonalLoop=1;jettySize=auto;html=1;entryX=1;entryY=0.5;entryDx=0;entryDy=0;" target="gUlQ52oibdo8bB1fHUDe-5">
          <mxGeometry relative="1" as="geometry" />
        </mxCell>
        <mxCell id="gUlQ52oibdo8bB1fHUDe-3" parent="1" style="ellipse;whiteSpace=wrap;html=1;" value="WR_DATA_PHASE" vertex="1">
          <mxGeometry height="80" width="120" x="440" y="360" as="geometry" />
        </mxCell>
        <mxCell id="gUlQ52oibdo8bB1fHUDe-11" edge="1" parent="1" source="gUlQ52oibdo8bB1fHUDe-4" style="edgeStyle=orthogonalEdgeStyle;rounded=0;orthogonalLoop=1;jettySize=auto;html=1;entryX=0;entryY=0.5;entryDx=0;entryDy=0;" target="gUlQ52oibdo8bB1fHUDe-9">
          <mxGeometry relative="1" as="geometry" />
        </mxCell>
        <mxCell id="8WBKzOnGMAMBHIHuB8Qa-6" edge="1" parent="1" source="gUlQ52oibdo8bB1fHUDe-4" style="edgeStyle=orthogonalEdgeStyle;rounded=0;orthogonalLoop=1;jettySize=auto;html=1;exitX=0;exitY=0.5;exitDx=0;exitDy=0;entryX=0;entryY=0.5;entryDx=0;entryDy=0;" target="gUlQ52oibdo8bB1fHUDe-1">
          <mxGeometry relative="1" as="geometry">
            <Array as="points">
              <mxPoint x="160.03" y="560.03" />
              <mxPoint x="160.03" y="240.03" />
            </Array>
          </mxGeometry>
        </mxCell>
        <mxCell id="gUlQ52oibdo8bB1fHUDe-4" parent="1" style="ellipse;whiteSpace=wrap;html=1;" value="RD_DATA_PHASE" vertex="1">
          <mxGeometry height="80" width="120" x="200" y="520" as="geometry" />
        </mxCell>
        <mxCell id="8WBKzOnGMAMBHIHuB8Qa-3" edge="1" parent="1" source="gUlQ52oibdo8bB1fHUDe-5" style="edgeStyle=orthogonalEdgeStyle;rounded=0;orthogonalLoop=1;jettySize=auto;html=1;" target="gUlQ52oibdo8bB1fHUDe-4" value="">
          <mxGeometry relative="1" as="geometry" />
        </mxCell>
        <mxCell id="gUlQ52oibdo8bB1fHUDe-5" parent="1" style="ellipse;whiteSpace=wrap;html=1;" value="RD_ADDR_PHASE" vertex="1">
          <mxGeometry height="80" width="120" x="200" y="360" as="geometry" />
        </mxCell>
        <mxCell id="gUlQ52oibdo8bB1fHUDe-9" parent="1" style="ellipse;whiteSpace=wrap;html=1;" value="WAIT_STATE" vertex="1">
          <mxGeometry height="80" width="120" x="440" y="520" as="geometry" />
        </mxCell>
        <mxCell id="8WBKzOnGMAMBHIHuB8Qa-1" edge="1" parent="1" source="gUlQ52oibdo8bB1fHUDe-5" style="endArrow=classic;html=1;rounded=0;entryX=0;entryY=0;entryDx=0;entryDy=0;exitX=1;exitY=1;exitDx=0;exitDy=0;" target="gUlQ52oibdo8bB1fHUDe-9" value="">
          <mxGeometry height="50" relative="1" width="50" as="geometry">
            <mxPoint x="350" y="490" as="sourcePoint" />
            <mxPoint x="400" y="440" as="targetPoint" />
          </mxGeometry>
        </mxCell>
        <mxCell id="8WBKzOnGMAMBHIHuB8Qa-5" edge="1" parent="1" source="gUlQ52oibdo8bB1fHUDe-3" style="endArrow=classic;html=1;rounded=0;exitX=0;exitY=0;exitDx=0;exitDy=0;entryX=1;entryY=1;entryDx=0;entryDy=0;" target="gUlQ52oibdo8bB1fHUDe-1" value="">
          <mxGeometry height="50" relative="1" width="50" as="geometry">
            <mxPoint x="370" y="340" as="sourcePoint" />
            <mxPoint x="420" y="290" as="targetPoint" />
          </mxGeometry>
        </mxCell>
      </root>
    </mxGraphModel>
  </diagram>
</mxfile>
